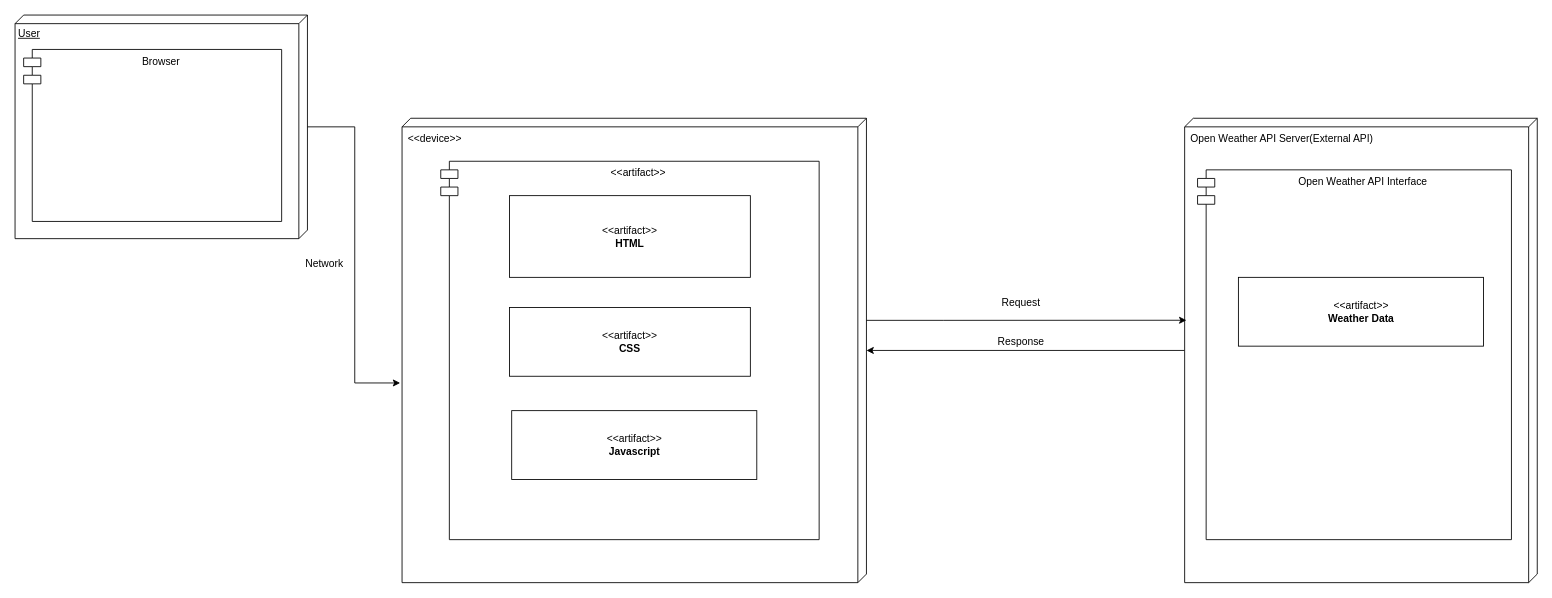
Earlier version of the draw.io diagram Deployment Diagram.drawio (Sandesh-Basnet/Weather_APP). Source tidied: cells renumbered, new cells numbered last; positions are measured from the earlier drawing's top-left corner, leaving out a move shared by most shapes. Both pictures are drawn from the tidied source at 86%, with x=0, y=0 at pixel (15, 15).
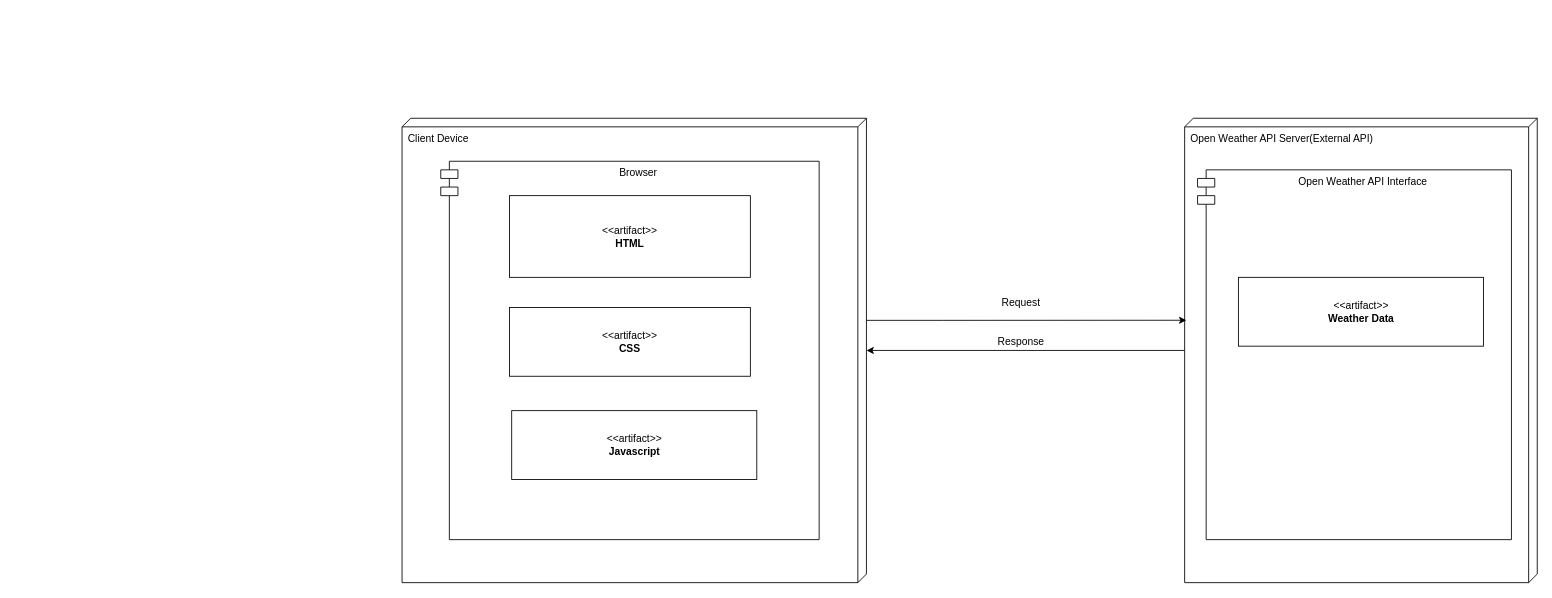
The same diagram, later.

The edit, as a diff of the source:
```diff
@@
 <mxGraphModel>
   <root>
     <mxCell id="0" />
     <mxCell id="1" parent="0" />
-    <mxCell id="2" value="&amp;lt;&amp;lt;device&amp;gt;&amp;gt;" style="verticalAlign=top;align=left;shape=cube;size=10;direction=south;fontStyle=0;html=1;boundedLbl=1;spacingLeft=5;whiteSpace=wrap;" parent="1" vertex="1">
+    <mxCell id="2" value="Client Device" style="verticalAlign=top;align=left;shape=cube;size=10;direction=south;fontStyle=0;html=1;boundedLbl=1;spacingLeft=5;whiteSpace=wrap;" parent="1" vertex="1">
       <mxGeometry x="450" y="120" width="540" height="540" as="geometry" />
     </mxCell>
     <mxCell id="3" style="edgeStyle=orthogonalEdgeStyle;rounded=0;jettySize=auto;html=1;" parent="1" edge="1" source="4" target="2">
       <mxGeometry relative="1" as="geometry" />
     </mxCell>
     <mxCell id="4" value="Open Weather API Server(External API)" style="verticalAlign=top;align=left;shape=cube;size=10;direction=south;fontStyle=0;html=1;boundedLbl=1;spacingLeft=5;whiteSpace=wrap;" parent="1" vertex="1">
       <mxGeometry x="1360" y="120" width="410" height="540" as="geometry" />
     </mxCell>
-    <mxCell id="5" value="&amp;lt;&amp;lt;artifact&amp;gt;&amp;gt;" style="shape=module;align=left;spacingLeft=20;align=center;verticalAlign=top;whiteSpace=wrap;html=1;" parent="1" vertex="1">
+    <mxCell id="5" value="Browser" style="shape=module;align=left;spacingLeft=20;align=center;verticalAlign=top;whiteSpace=wrap;html=1;" parent="1" vertex="1">
       <mxGeometry x="495" y="170" width="440" height="440" as="geometry" />
     </mxCell>
     <mxCell id="6" value="&amp;lt;&amp;lt;artifact&amp;gt;&amp;gt;&lt;br&gt;&lt;b&gt;HTML&lt;/b&gt;" style="html=1;align=center;verticalAlign=middle;dashed=0;whiteSpace=wrap;" parent="1" vertex="1">
       <mxGeometry x="575" y="210" width="280" height="95" as="geometry" />
     </mxCell>
     <mxCell id="7" value="&amp;lt;&amp;lt;artifact&amp;gt;&amp;gt;&lt;br&gt;&lt;b&gt;Javascript&lt;/b&gt;" style="html=1;align=center;verticalAlign=middle;dashed=0;whiteSpace=wrap;" parent="1" vertex="1">
       <mxGeometry x="577.5" y="460" width="285" height="80" as="geometry" />
     </mxCell>
     <mxCell id="8" value="&amp;lt;&amp;lt;artifact&amp;gt;&amp;gt;&lt;br&gt;&lt;b&gt;CSS&lt;/b&gt;" style="html=1;align=center;verticalAlign=middle;dashed=0;whiteSpace=wrap;" parent="1" vertex="1">
       <mxGeometry x="575" y="340" width="280" height="80" as="geometry" />
     </mxCell>
     <mxCell id="9" value="&lt;div&gt;Open Weather API Interface&lt;/div&gt;&lt;div&gt;&lt;br&gt;&lt;/div&gt;" style="shape=module;align=left;spacingLeft=20;align=center;verticalAlign=top;whiteSpace=wrap;html=1;" parent="1" vertex="1">
       <mxGeometry x="1375" y="180" width="365" height="430" as="geometry" />
     </mxCell>
     <mxCell id="10" value="&amp;lt;&amp;lt;artifact&amp;gt;&amp;gt;&lt;br&gt;&lt;b&gt;Weather Data&lt;/b&gt;" style="html=1;align=center;verticalAlign=middle;dashed=0;whiteSpace=wrap;" parent="1" vertex="1">
       <mxGeometry x="1422.5" y="305" width="285" height="80" as="geometry" />
     </mxCell>
-    <mxCell id="11" value="User" style="verticalAlign=top;align=left;spacingTop=8;spacingLeft=2;spacingRight=12;shape=cube;size=10;direction=south;fontStyle=4;html=1;whiteSpace=wrap;" parent="1" vertex="1">
-      <mxGeometry width="340" height="260" as="geometry" />
-    </mxCell>
-    <mxCell id="12" value="Browser" style="shape=module;align=left;spacingLeft=20;align=center;verticalAlign=top;whiteSpace=wrap;html=1;" parent="1" vertex="1">
-      <mxGeometry x="10" y="40" width="300" height="200" as="geometry" />
-    </mxCell>
     <mxCell id="13" style="edgeStyle=orthogonalEdgeStyle;rounded=0;jettySize=auto;html=1;entryX=0.435;entryY=0.995;entryDx=0;entryDy=0;entryPerimeter=0;" parent="1" edge="1" source="2" target="4">
       <mxGeometry relative="1" as="geometry">
         <Array as="points">
           <mxPoint x="1080" y="355" />
           <mxPoint x="1080" y="355" />
         </Array>
       </mxGeometry>
     </mxCell>
     <mxCell id="14" value="Request" style="text;html=1;whiteSpace=wrap;strokeColor=none;fillColor=none;align=center;verticalAlign=middle;rounded=0;" parent="1" vertex="1">
       <mxGeometry x="1140" y="320" width="60" height="30" as="geometry" />
     </mxCell>
     <mxCell id="15" value="Response" style="text;html=1;whiteSpace=wrap;strokeColor=none;fillColor=none;align=center;verticalAlign=middle;rounded=0;" parent="1" vertex="1">
       <mxGeometry x="1140" y="365" width="60" height="30" as="geometry" />
     </mxCell>
-    <mxCell id="16" style="edgeStyle=orthogonalEdgeStyle;rounded=0;jettySize=auto;html=1;entryX=0.57;entryY=1.004;entryDx=0;entryDy=0;entryPerimeter=0;" parent="1" edge="1" source="11" target="2">
-      <mxGeometry relative="1" as="geometry" />
-    </mxCell>
-    <mxCell id="17" value="Network" style="text;html=1;whiteSpace=wrap;strokeColor=none;fillColor=none;align=center;verticalAlign=middle;rounded=0;" parent="1" vertex="1">
-      <mxGeometry x="330" y="275" width="60" height="30" as="geometry" />
-    </mxCell>
   </root>
 </mxGraphModel>
```
